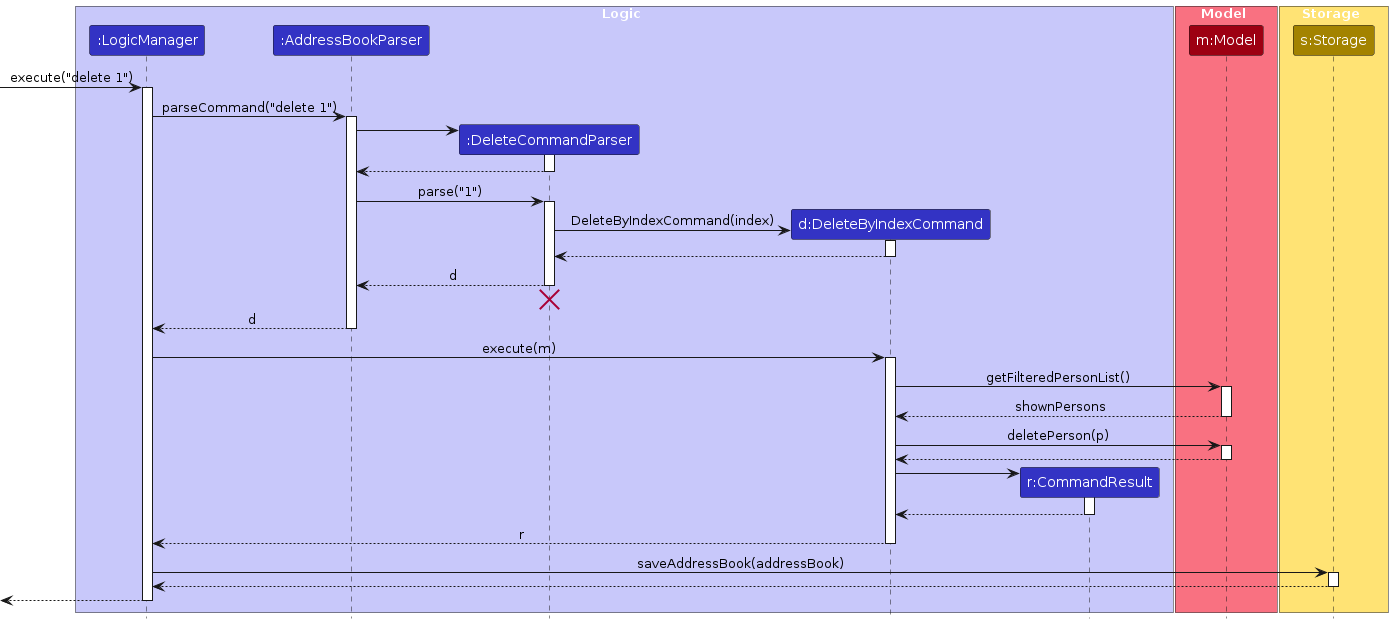
The PlantUML diagram diagrams/DeleteSequenceDiagram.png in AY2627S1-CS2103-F09-1/tp, before a commit. Its source is kept beside it as diagrams/DeleteSequenceDiagram.puml.
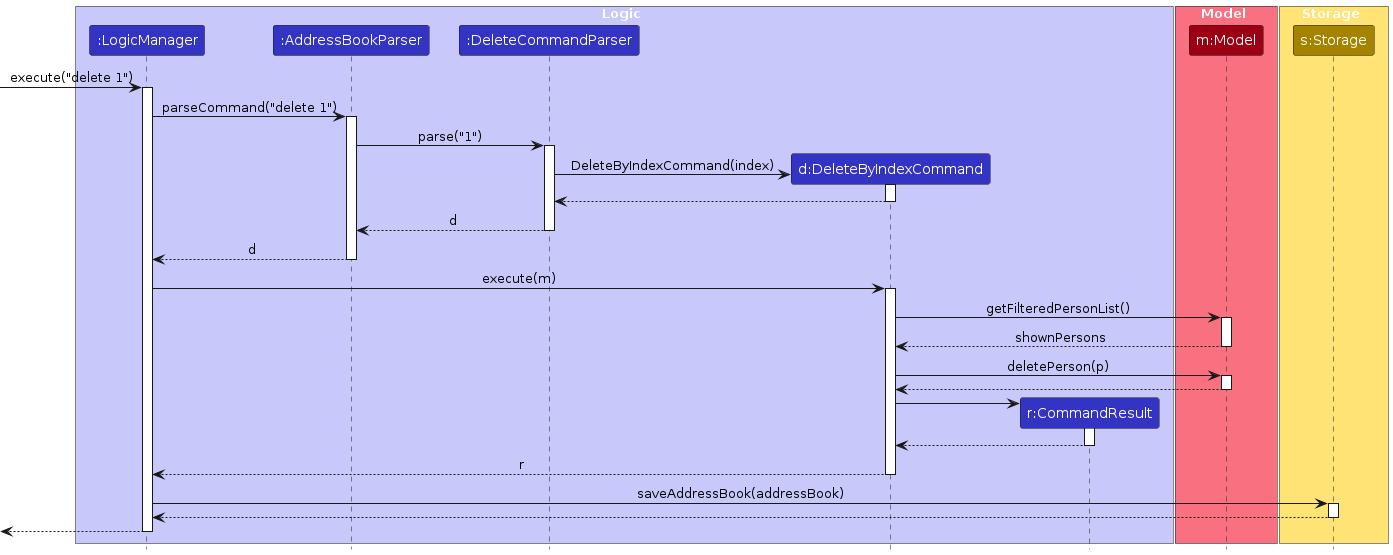
Later version of the same file.

The edit, as a diff of the source:
```diff
@@ -24,13 +24,6 @@
 LogicManager -> AddressBookParser : parseCommand("delete 1")
 activate AddressBookParser
 
-create DeleteCommandParser
-AddressBookParser -> DeleteCommandParser
-activate DeleteCommandParser
-
-DeleteCommandParser --> AddressBookParser
-deactivate DeleteCommandParser
-
 AddressBookParser -> DeleteCommandParser : parse("1")
 activate DeleteCommandParser
 
@@ -43,8 +36,6 @@
 
 DeleteCommandParser --> AddressBookParser : d
 deactivate DeleteCommandParser
-DeleteCommandParser -[hidden]-> AddressBookParser
-destroy DeleteCommandParser
 
 AddressBookParser --> LogicManager : d
 deactivate AddressBookParser
```
